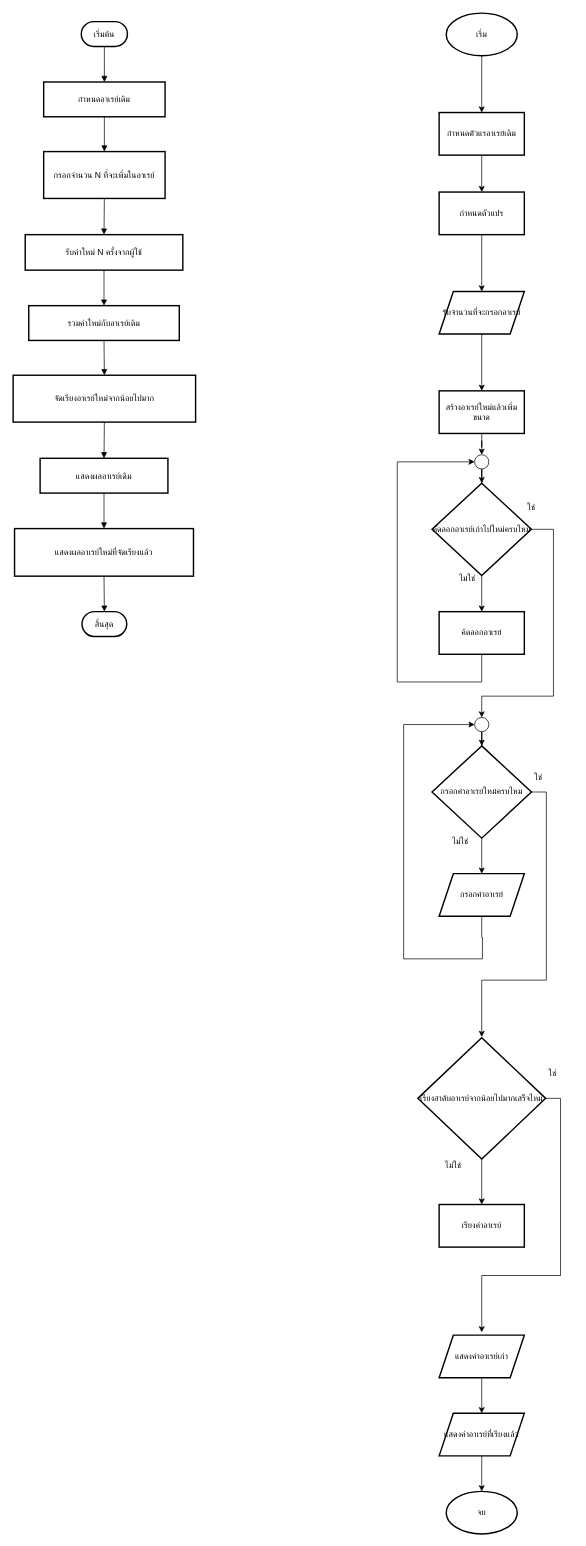
This is HW/HW09/HW097/HW097.drawio from khowtung/ENGCE117, a draw.io file, before an edit. Source tidied: cells renumbered, new cells numbered last; positions are measured from the earlier drawing's top-left corner, leaving out a move shared by most shapes. Both pictures are drawn from the tidied source at 71%, with x=0, y=0 at pixel (13, 13).
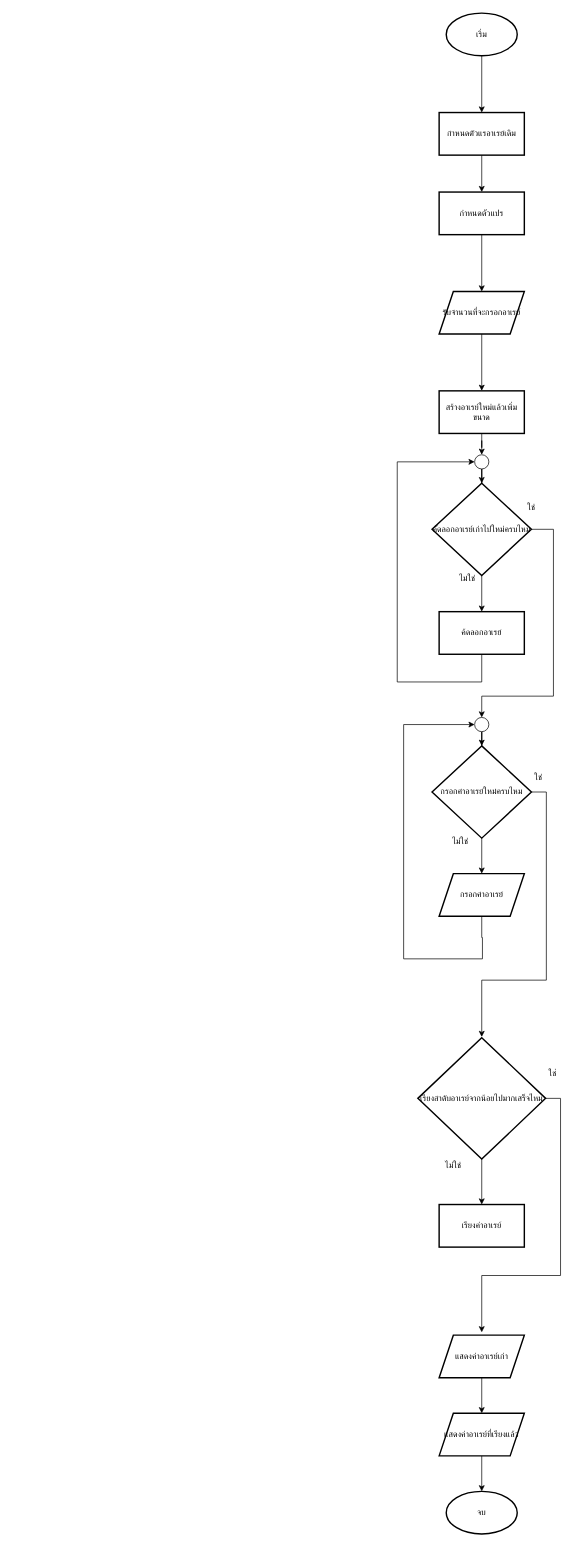
The same diagram, later.

Change to the diagram source:
```diff
@@
-    <mxCell id="2" value="เริ่มต้น" style="rounded=1;whiteSpace=wrap;arcSize=50;strokeWidth=2;" parent="1" vertex="1">
-      <mxGeometry x="96" y="12" width="65" height="35" as="geometry" />
-    </mxCell>
-    <mxCell id="3" value="กำหนดอาเรย์เดิม" style="whiteSpace=wrap;strokeWidth=2;" parent="1" vertex="1">
-      <mxGeometry x="43" y="97" width="171" height="49" as="geometry" />
-    </mxCell>
-    <mxCell id="4" value="กรอกจำนวน N ที่จะเพิ่มในอาเรย์" style="whiteSpace=wrap;strokeWidth=2;" parent="1" vertex="1">
-      <mxGeometry x="43" y="195" width="171" height="66" as="geometry" />
-    </mxCell>
-    <mxCell id="5" value="รับค่าใหม่ N ครั้งจากผู้ใช้" style="whiteSpace=wrap;strokeWidth=2;" parent="1" vertex="1">
-      <mxGeometry x="17" y="312" width="222" height="50" as="geometry" />
-    </mxCell>
-    <mxCell id="6" value="รวมค่าใหม่กับอาเรย์เดิม" style="whiteSpace=wrap;strokeWidth=2;" parent="1" vertex="1">
-      <mxGeometry x="22" y="412" width="212" height="49" as="geometry" />
-    </mxCell>
-    <mxCell id="7" value="จัดเรียงอาเรย์ใหม่จากน้อยไปมาก" style="whiteSpace=wrap;strokeWidth=2;" parent="1" vertex="1">
-      <mxGeometry y="510" width="257" height="66" as="geometry" />
-    </mxCell>
-    <mxCell id="8" value="แสดงผลอาเรย์เดิม" style="whiteSpace=wrap;strokeWidth=2;" parent="1" vertex="1">
-      <mxGeometry x="38" y="627" width="180" height="49" as="geometry" />
-    </mxCell>
-    <mxCell id="9" value="แสดงผลอาเรย์ใหม่ที่จัดเรียงแล้ว" style="whiteSpace=wrap;strokeWidth=2;" parent="1" vertex="1">
-      <mxGeometry x="2" y="726" width="252" height="67" as="geometry" />
-    </mxCell>
-    <mxCell id="10" value="สิ้นสุด" style="rounded=1;whiteSpace=wrap;arcSize=50;strokeWidth=2;" parent="1" vertex="1">
-      <mxGeometry x="97" y="843" width="63" height="35" as="geometry" />
-    </mxCell>
-    <mxCell id="11" style="curved=1;startArrow=none;endArrow=block;exitX=0.5;exitY=0.99;entryX=0.5;entryY=-0.01;rounded=0;" parent="1" edge="1" source="2" target="3">
-      <mxGeometry relative="1" as="geometry" />
-    </mxCell>
-    <mxCell id="12" style="curved=1;startArrow=none;endArrow=block;exitX=0.5;exitY=0.99;entryX=0.5;entryY=0.01;rounded=0;" parent="1" edge="1" source="3" target="4">
-      <mxGeometry relative="1" as="geometry" />
-    </mxCell>
-    <mxCell id="13" style="curved=1;startArrow=none;endArrow=block;exitX=0.5;exitY=1.01;entryX=0.5;entryY=0;rounded=0;" parent="1" edge="1" source="4" target="5">
-      <mxGeometry relative="1" as="geometry" />
-    </mxCell>
-    <mxCell id="14" style="curved=1;startArrow=none;endArrow=block;exitX=0.5;exitY=0.99;entryX=0.5;entryY=-0.01;rounded=0;" parent="1" edge="1" source="5" target="6">
-      <mxGeometry relative="1" as="geometry" />
-    </mxCell>
-    <mxCell id="15" style="curved=1;startArrow=none;endArrow=block;exitX=0.5;exitY=0.99;entryX=0.5;entryY=0.01;rounded=0;" parent="1" edge="1" source="6" target="7">
-      <mxGeometry relative="1" as="geometry" />
-    </mxCell>
-    <mxCell id="16" style="curved=1;startArrow=none;endArrow=block;exitX=0.5;exitY=1.01;entryX=0.5;entryY=0;rounded=0;" parent="1" edge="1" source="7" target="8">
-      <mxGeometry relative="1" as="geometry" />
-    </mxCell>
-    <mxCell id="17" style="curved=1;startArrow=none;endArrow=block;exitX=0.5;exitY=1;entryX=0.5;entryY=0;rounded=0;" parent="1" edge="1" source="8" target="9">
-      <mxGeometry relative="1" as="geometry" />
-    </mxCell>
-    <mxCell id="18" style="curved=1;startArrow=none;endArrow=block;exitX=0.5;exitY=1;entryX=0.5;entryY=0;rounded=0;" parent="1" edge="1" source="9" target="10">
-      <mxGeometry relative="1" as="geometry" />
-    </mxCell>
```
